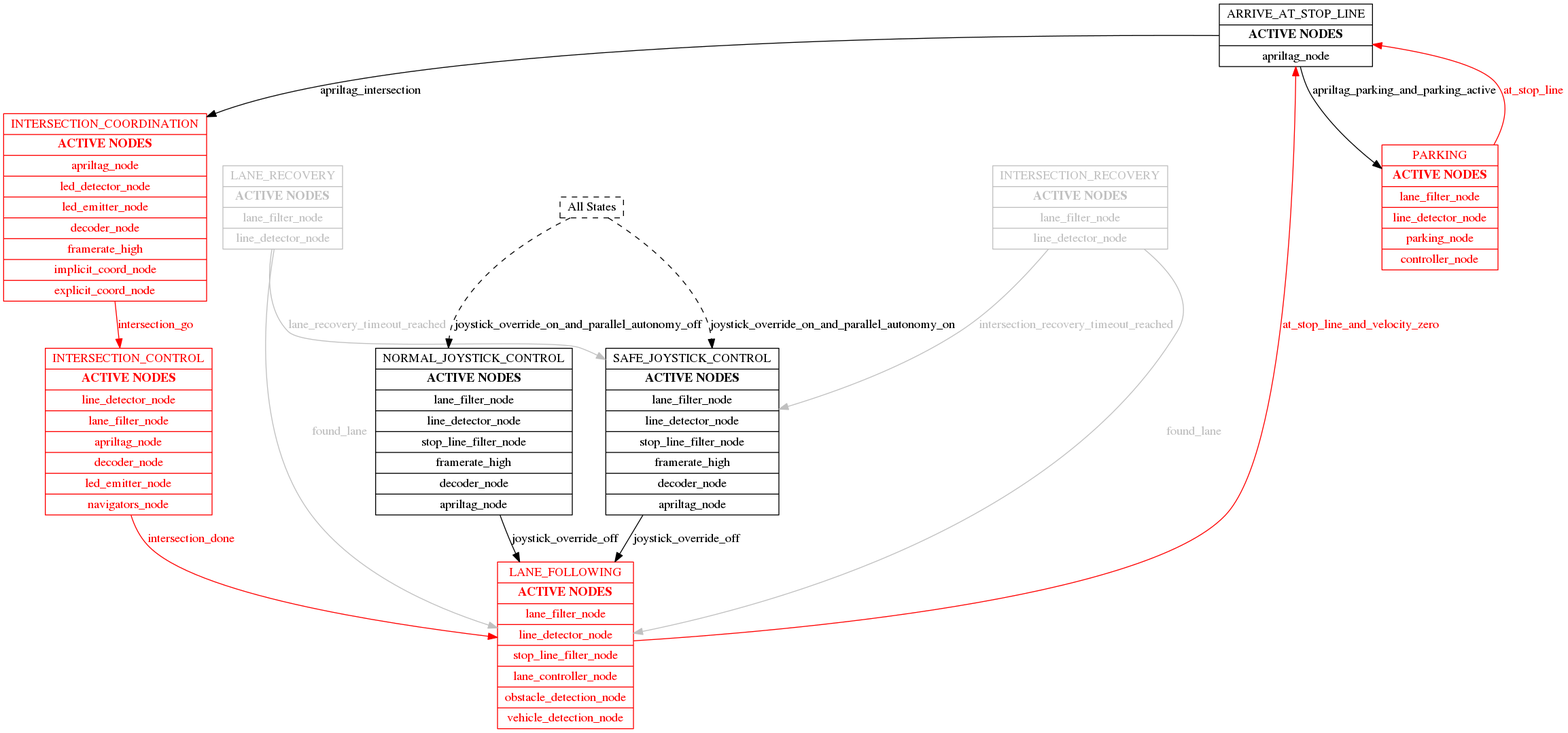
The Graphviz diagram catkin_ws/src/00-infrastructure/ros_diagram/fsm_default_detailed.png in spadma3/duck, before a commit. Its source is kept beside it as catkin_ws/src/00-infrastructure/ros_diagram/fsm_default_detailed.dot.
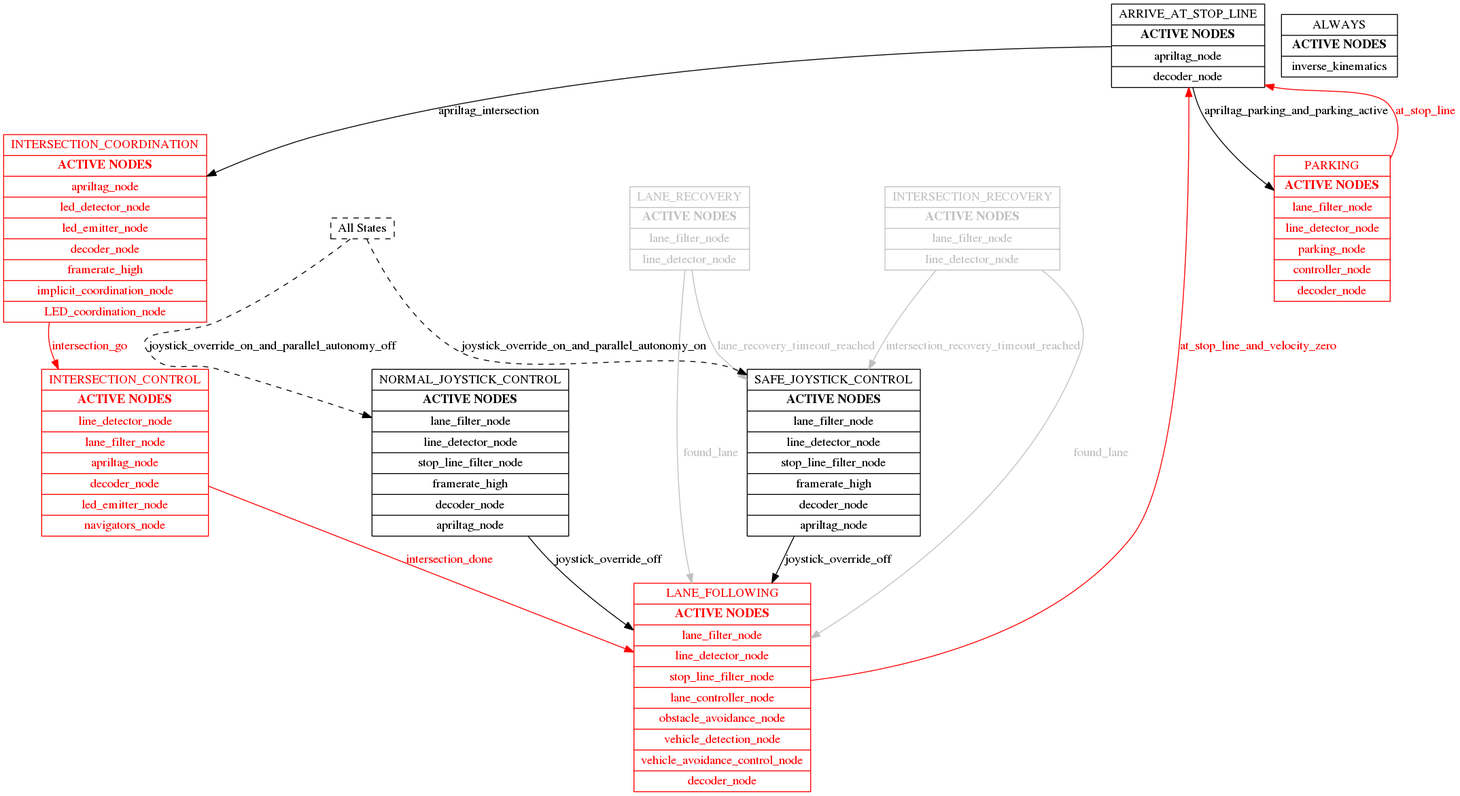
Above is the later version.

Change to the diagram source:
```diff
@@ -1,22 +1,23 @@
 digraph {
 	node [height=.1 shape=record]
-	ARRIVE_AT_STOP_LINE [label=<{ ARRIVE_AT_STOP_LINE | <B> ACTIVE NODES </B> | apriltag_node }> color=black fontcolor=black]
+	ARRIVE_AT_STOP_LINE [label=<{ ARRIVE_AT_STOP_LINE | <B> ACTIVE NODES </B> | apriltag_node | decoder_node }> color=black fontcolor=black]
 	INTERSECTION_CONTROL [label=<{ INTERSECTION_CONTROL | <B> ACTIVE NODES </B> | line_detector_node | lane_filter_node | apriltag_node | decoder_node | led_emitter_node | navigators_node }> color=red fontcolor=red]
-	INTERSECTION_COORDINATION [label=<{ INTERSECTION_COORDINATION | <B> ACTIVE NODES </B> | apriltag_node | led_detector_node | led_emitter_node | decoder_node | framerate_high | implicit_coord_node | explicit_coord_node }> color=red fontcolor=red]
-	LANE_RECOVERY [label=<{ LANE_RECOVERY | <B> ACTIVE NODES </B> | lane_filter_node | line_detector_node }> color=gray fontcolor=gray]
+	INTERSECTION_COORDINATION [label=<{ INTERSECTION_COORDINATION | <B> ACTIVE NODES </B> | apriltag_node | led_detector_node | led_emitter_node | decoder_node | framerate_high | implicit_coordination_node | LED_coordination_node }> color=red fontcolor=red]
+	ALWAYS [label=<{ ALWAYS | <B> ACTIVE NODES </B> | inverse_kinematics }>]
 	NORMAL_JOYSTICK_CONTROL [label=<{ NORMAL_JOYSTICK_CONTROL | <B> ACTIVE NODES </B> | lane_filter_node | line_detector_node | stop_line_filter_node | framerate_high | decoder_node | apriltag_node }> color=black fontcolor=black]
 	SAFE_JOYSTICK_CONTROL [label=<{ SAFE_JOYSTICK_CONTROL | <B> ACTIVE NODES </B> | lane_filter_node | line_detector_node | stop_line_filter_node | framerate_high | decoder_node | apriltag_node }> color=black fontcolor=black]
+	LANE_RECOVERY [label=<{ LANE_RECOVERY | <B> ACTIVE NODES </B> | lane_filter_node | line_detector_node }> color=gray fontcolor=gray]
 	INTERSECTION_RECOVERY [label=<{ INTERSECTION_RECOVERY | <B> ACTIVE NODES </B> | lane_filter_node | line_detector_node }> color=gray fontcolor=gray]
-	PARKING [label=<{ PARKING | <B> ACTIVE NODES </B> | lane_filter_node | line_detector_node | parking_node | controller_node }> color=red fontcolor=red]
-	LANE_FOLLOWING [label=<{ LANE_FOLLOWING | <B> ACTIVE NODES </B> | lane_filter_node | line_detector_node | stop_line_filter_node | lane_controller_node | obstacle_detection_node | vehicle_detection_node }> color=red fontcolor=red]
+	PARKING [label=<{ PARKING | <B> ACTIVE NODES </B> | lane_filter_node | line_detector_node | parking_node | controller_node | decoder_node }> color=red fontcolor=red]
+	LANE_FOLLOWING [label=<{ LANE_FOLLOWING | <B> ACTIVE NODES </B> | lane_filter_node | line_detector_node | stop_line_filter_node | lane_controller_node | obstacle_avoidance_node | vehicle_detection_node | vehicle_avoidance_control_node | decoder_node }> color=red fontcolor=red]
 	ARRIVE_AT_STOP_LINE -> PARKING [label=apriltag_parking_and_parking_active color=black fontcolor=black]
 	ARRIVE_AT_STOP_LINE -> INTERSECTION_COORDINATION [label=apriltag_intersection color=black fontcolor=black]
 	INTERSECTION_CONTROL -> LANE_FOLLOWING [label=intersection_done color=red fontcolor=red]
 	INTERSECTION_COORDINATION -> INTERSECTION_CONTROL [label=intersection_go color=red fontcolor=red]
+	NORMAL_JOYSTICK_CONTROL -> LANE_FOLLOWING [label=joystick_override_off color=black fontcolor=black]
+	SAFE_JOYSTICK_CONTROL -> LANE_FOLLOWING [label=joystick_override_off color=black fontcolor=black]
 	LANE_RECOVERY -> SAFE_JOYSTICK_CONTROL [label=lane_recovery_timeout_reached color=gray fontcolor=gray]
 	LANE_RECOVERY -> LANE_FOLLOWING [label=found_lane color=gray fontcolor=gray]
-	NORMAL_JOYSTICK_CONTROL -> LANE_FOLLOWING [label=joystick_override_off color=black fontcolor=black]
-	SAFE_JOYSTICK_CONTROL -> LANE_FOLLOWING [label=joystick_override_off color=black fontcolor=black]
 	INTERSECTION_RECOVERY -> SAFE_JOYSTICK_CONTROL [label=intersection_recovery_timeout_reached color=gray fontcolor=gray]
 	INTERSECTION_RECOVERY -> LANE_FOLLOWING [label=found_lane color=gray fontcolor=gray]
 	PARKING -> ARRIVE_AT_STOP_LINE [label=at_stop_line color=red fontcolor=red]
```
